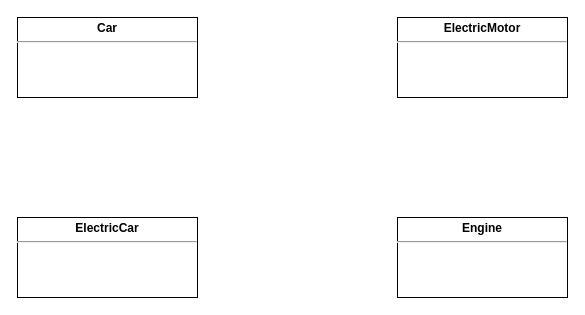
Before: Planning motors.drawio in xtarzyk/planning-motors-general-xtarzyk, a draw.io diagram. Source tidied: cells renumbered, new cells numbered last; positions are measured from the earlier drawing's top-left corner, leaving out a move shared by most shapes. Both pictures are drawn from the tidied source at 100%, with x=0, y=0 at pixel (17, 17).
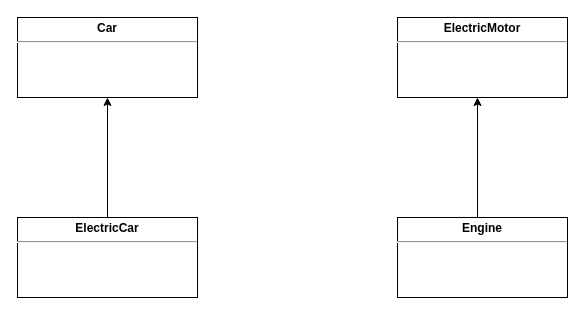
Above is the later version.

The edit, as a diff of the source:
```diff
@@
 <mxGraphModel>
   <root>
     <mxCell id="0" />
     <mxCell id="1" parent="0" />
     <mxCell id="2" value="&lt;p style=&quot;margin: 0px ; margin-top: 4px ; text-align: center&quot;&gt;Car&lt;/p&gt;&lt;hr&gt;" style="verticalAlign=top;align=left;overflow=fill;fontSize=12;fontFamily=Helvetica;html=1;fontStyle=1;" parent="1" vertex="1">
       <mxGeometry width="180" height="80" as="geometry" />
     </mxCell>
     <mxCell id="3" value="&lt;p style=&quot;margin: 0px ; margin-top: 4px ; text-align: center&quot;&gt;&lt;b&gt;ElectricMotor&lt;/b&gt;&lt;/p&gt;&lt;hr&gt;" style="verticalAlign=top;align=left;overflow=fill;fontSize=12;fontFamily=Helvetica;html=1;" parent="1" vertex="1">
       <mxGeometry x="380" width="170" height="80" as="geometry" />
     </mxCell>
     <mxCell id="4" value="&lt;p style=&quot;margin: 0px ; margin-top: 4px ; text-align: center&quot;&gt;&lt;b&gt;ElectricCar&lt;/b&gt;&lt;/p&gt;&lt;hr&gt;" style="verticalAlign=top;align=left;overflow=fill;fontSize=12;fontFamily=Helvetica;html=1;" parent="1" vertex="1">
       <mxGeometry y="200" width="180" height="80" as="geometry" />
     </mxCell>
     <mxCell id="5" value="&lt;p style=&quot;margin: 0px ; margin-top: 4px ; text-align: center&quot;&gt;&lt;b&gt;Engine&lt;/b&gt;&lt;/p&gt;&lt;hr&gt;" style="verticalAlign=top;align=left;overflow=fill;fontSize=12;fontFamily=Helvetica;html=1;" parent="1" vertex="1">
       <mxGeometry x="380" y="200" width="170" height="80" as="geometry" />
     </mxCell>
+    <mxCell id="6" style="endArrow=classic;html=1;entryX=0.5;entryY=1;entryDx=0;entryDy=0;" parent="1" edge="1" source="4" target="2">
+      <mxGeometry relative="1" as="geometry" />
+    </mxCell>
+    <mxCell id="7" style="endArrow=classic;html=1;" parent="1" edge="1">
+      <mxGeometry relative="1" as="geometry">
+        <mxPoint x="460" y="200" as="sourcePoint" />
+        <mxPoint x="460" y="80" as="targetPoint" />
+      </mxGeometry>
+    </mxCell>
   </root>
 </mxGraphModel>
```
